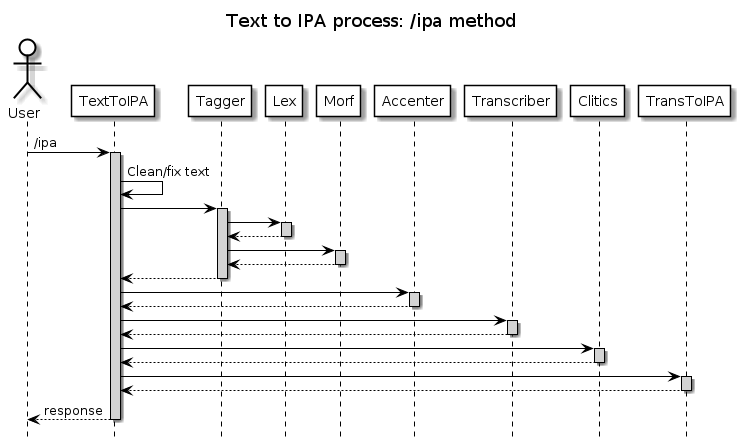
Before: info/process.png, a diagram exported from PlantUML (airenas/lt-text-to-ipa).
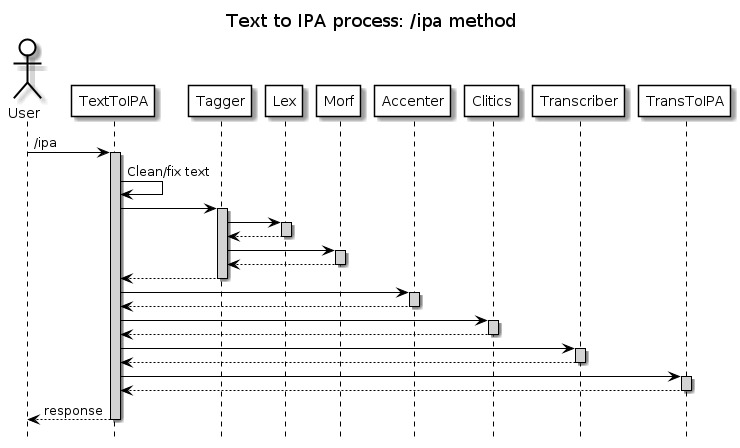
After the change.

Change to the diagram source:
```diff
@@ -26,8 +26,8 @@
 participant "Lex" as lex
 participant "Morf" as morf
 participant "Accenter" as accenter
+participant "Clitics" as clitics
 participant "Transcriber" as transcriber
-participant "Clitics" as clitics
 participant "TransToIPA" as toIPA
 
 User -> srv: /ipa
@@ -56,15 +56,15 @@
 accenter --> srv:
 deactivate accenter
 
+srv -> clitics:
+activate clitics
+clitics --> srv:
+deactivate clitics
+
 srv -> transcriber:
 activate transcriber
 transcriber --> srv:
 deactivate transcriber
-
-srv -> clitics:
-activate clitics
-clitics --> srv:
-deactivate clitics
 
 srv -> toIPA:
 activate toIPA
```
